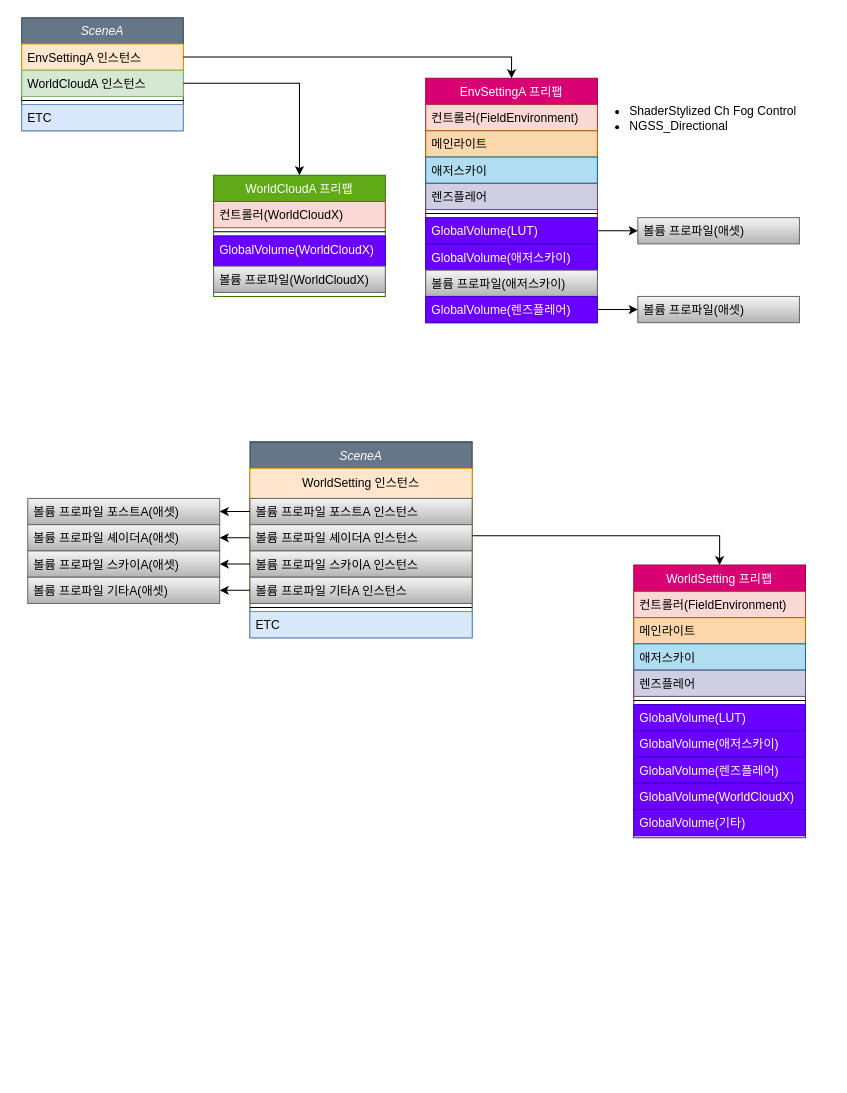
The draw.io diagram Test.drawio in See1Studios/blog, before the edit. Source tidied: cells renumbered, new cells numbered last; positions are measured from the earlier drawing's top-left corner, leaving out a move shared by most shapes. Both pictures are drawn from the tidied source at 101%, with x=0, y=0 at pixel (21, 17).
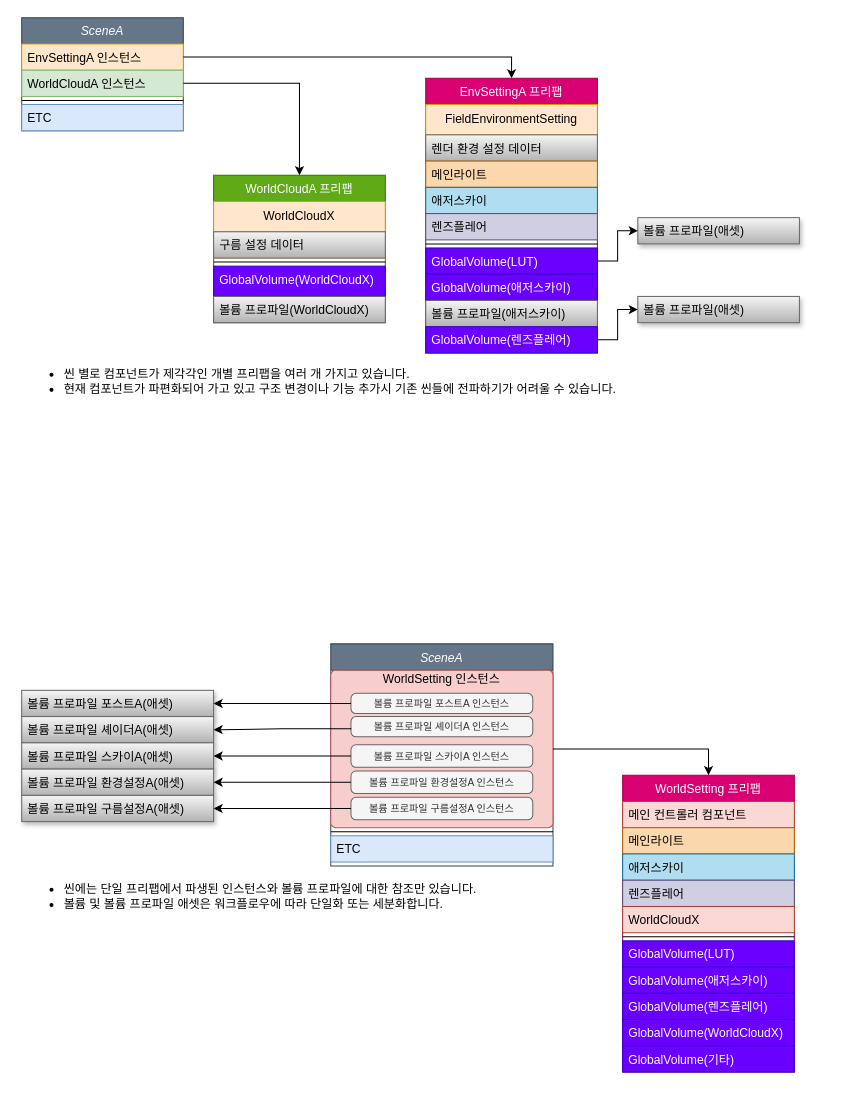
The same diagram, later.

Change to the diagram source:
```diff
@@
     <mxCell id="7" value="WorldCloudA 프리팹" style="swimlane;fontStyle=0;align=center;verticalAlign=top;horizontal=1;startSize=26;rounded=0;shadow=0;strokeWidth=1;swimlaneFillColor=default;fillColor=#60a917;fontColor=#ffffff;strokeColor=#2D7600;" parent="1" vertex="1">
-      <mxGeometry x="190" y="156" width="170" height="120" as="geometry" />
+      <mxGeometry x="190" y="156" width="170" height="146" as="geometry" />
     </mxCell>
-    <mxCell id="8" value="컨트롤러(WorldCloudX)" style="text;align=left;verticalAlign=top;spacingLeft=4;spacingRight=4;overflow=hidden;fillColor=#fad9d5;strokeColor=#ae4132;" parent="7" vertex="1">
-      <mxGeometry y="26" width="170" height="26" as="geometry" />
-    </mxCell>
+    <mxCell id="57" value="WorldCloudX" style="swimlane;fontStyle=0;horizontal=1;startSize=30;whiteSpace=wrap;html=1;fillColor=#ffe6cc;strokeColor=#d79b00;" parent="7" vertex="1">
+      <mxGeometry y="26" width="170" height="56" as="geometry" />
+    </mxCell>
+    <mxCell id="58" value="구름 설정 데이터" style="text;align=left;verticalAlign=top;spacingLeft=4;spacingRight=4;overflow=hidden;rounded=0;shadow=0;html=0;fillColor=#f5f5f5;strokeColor=#666666;gradientColor=#b3b3b3;" parent="57" vertex="1">
+      <mxGeometry y="30" width="170" height="26" as="geometry" />
+    </mxCell>
     <mxCell id="9" style="line;html=1;strokeWidth=1;align=left;verticalAlign=middle;spacingTop=-1;spacingLeft=3;spacingRight=3;labelPosition=right;" parent="7" vertex="1">
-      <mxGeometry y="52" width="170" height="8" as="geometry" />
+      <mxGeometry y="82" width="170" height="8" as="geometry" />
     </mxCell>
     <mxCell id="10" value="GlobalVolume(WorldCloudX)" style="text;align=left;verticalAlign=top;spacingLeft=4;spacingRight=4;overflow=hidden;rounded=0;shadow=0;html=0;fillColor=#6a00ff;fontColor=#ffffff;strokeColor=#3700CC;" parent="7" vertex="1">
-      <mxGeometry y="60" width="170" height="30" as="geometry" />
+      <mxGeometry y="90" width="170" height="30" as="geometry" />
     </mxCell>
     <mxCell id="11" value="볼륨 프로파일(WorldCloudX)" style="text;align=left;verticalAlign=top;spacingLeft=4;spacingRight=4;overflow=hidden;rounded=0;shadow=0;html=0;fillColor=#f5f5f5;strokeColor=#666666;gradientColor=#b3b3b3;" parent="7" vertex="1">
-      <mxGeometry y="90" width="170" height="26" as="geometry" />
+      <mxGeometry y="120" width="170" height="26" as="geometry" />
     </mxCell>
     <mxCell id="12" value="EnvSettingA 프리팹" style="swimlane;fontStyle=0;align=center;verticalAlign=top;horizontal=1;startSize=26;rounded=0;shadow=0;strokeWidth=1;fillColor=#d80073;fontColor=#ffffff;strokeColor=#A50040;" parent="1" vertex="1">
-      <mxGeometry x="400" y="60" width="170" height="242" as="geometry" />
+      <mxGeometry x="400" y="60" width="170" height="272" as="geometry" />
     </mxCell>
-    <mxCell id="13" value="컨트롤러(FieldEnvironment)" style="text;align=left;verticalAlign=top;spacingLeft=4;spacingRight=4;overflow=hidden;fillColor=#fad9d5;strokeColor=#ae4132;" parent="12" vertex="1">
-      <mxGeometry y="26" width="170" height="26" as="geometry" />
-    </mxCell>
+    <mxCell id="59" value="FieldEnvironmentSetting" style="swimlane;fontStyle=0;horizontal=1;startSize=30;whiteSpace=wrap;html=1;fillColor=#ffe6cc;strokeColor=#d79b00;" parent="12" vertex="1">
+      <mxGeometry y="26" width="170" height="56" as="geometry" />
+    </mxCell>
+    <mxCell id="60" value="렌더 환경 설정 데이터" style="text;align=left;verticalAlign=top;spacingLeft=4;spacingRight=4;overflow=hidden;rounded=0;shadow=0;html=0;fillColor=#f5f5f5;strokeColor=#666666;gradientColor=#b3b3b3;" parent="59" vertex="1">
+      <mxGeometry y="30" width="170" height="26" as="geometry" />
+    </mxCell>
     <mxCell id="14" value="메인라이트" style="text;align=left;verticalAlign=top;spacingLeft=4;spacingRight=4;overflow=hidden;rounded=0;shadow=0;html=0;fillColor=#fad7ac;strokeColor=#b46504;" parent="12" vertex="1">
-      <mxGeometry y="52" width="170" height="26" as="geometry" />
+      <mxGeometry y="82" width="170" height="26" as="geometry" />
     </mxCell>
     <mxCell id="15" value="애저스카이" style="text;align=left;verticalAlign=top;spacingLeft=4;spacingRight=4;overflow=hidden;rounded=0;shadow=0;html=0;fillColor=#b1ddf0;strokeColor=#10739e;" parent="12" vertex="1">
-      <mxGeometry y="78" width="170" height="26" as="geometry" />
+      <mxGeometry y="108" width="170" height="26" as="geometry" />
     </mxCell>
     <mxCell id="16" value="렌즈플레어" style="text;align=left;verticalAlign=top;spacingLeft=4;spacingRight=4;overflow=hidden;rounded=0;shadow=0;html=0;fillColor=#d0cee2;strokeColor=#56517e;" parent="12" vertex="1">
-      <mxGeometry y="104" width="170" height="26" as="geometry" />
+      <mxGeometry y="134" width="170" height="26" as="geometry" />
     </mxCell>
     <mxCell id="17" style="line;html=1;strokeWidth=1;align=left;verticalAlign=middle;spacingTop=-1;spacingLeft=3;spacingRight=3;labelPosition=right;" parent="12" vertex="1">
-      <mxGeometry y="130" width="170" height="8" as="geometry" />
+      <mxGeometry y="160" width="170" height="8" as="geometry" />
     </mxCell>
     <mxCell id="18" value="GlobalVolume(LUT)" style="text;align=left;verticalAlign=top;spacingLeft=4;spacingRight=4;overflow=hidden;points=[[0,0.5],[1,0.5]];portConstraint=eastwest;rounded=0;shadow=0;html=0;fillColor=#6a00ff;fontColor=#ffffff;strokeColor=#3700CC;" parent="12" vertex="1">
-      <mxGeometry y="138" width="170" height="26" as="geometry" />
+      <mxGeometry y="168" width="170" height="26" as="geometry" />
     </mxCell>
     <mxCell id="19" value="GlobalVolume(애저스카이)" style="text;align=left;verticalAlign=top;spacingLeft=4;spacingRight=4;overflow=hidden;rounded=0;shadow=0;html=0;fillColor=#6a00ff;fontColor=#ffffff;strokeColor=#3700CC;" parent="12" vertex="1">
-      <mxGeometry y="164" width="170" height="26" as="geometry" />
+      <mxGeometry y="194" width="170" height="26" as="geometry" />
     </mxCell>
     <mxCell id="20" value="볼륨 프로파일(애저스카이)" style="text;align=left;verticalAlign=top;spacingLeft=4;spacingRight=4;overflow=hidden;rounded=0;shadow=0;html=0;fillColor=#f5f5f5;strokeColor=#666666;gradientColor=#b3b3b3;" parent="12" vertex="1">
-      <mxGeometry y="190" width="170" height="26" as="geometry" />
+      <mxGeometry y="220" width="170" height="26" as="geometry" />
     </mxCell>
     <mxCell id="21" value="GlobalVolume(렌즈플레어)" style="text;align=left;verticalAlign=top;spacingLeft=4;spacingRight=4;overflow=hidden;points=[[0,0.5],[1,0.5]];portConstraint=eastwest;rounded=0;shadow=0;html=0;fillColor=#6a00ff;fontColor=#ffffff;strokeColor=#3700CC;" parent="12" vertex="1">
-      <mxGeometry y="216" width="170" height="26" as="geometry" />
+      <mxGeometry y="246" width="170" height="26" as="geometry" />
     </mxCell>
@@
-    <mxCell id="24" value="&lt;ul&gt;&lt;li&gt;ShaderStylized Ch Fog Control&lt;/li&gt;&lt;li&gt;NGSS_Directional&lt;/li&gt;&lt;/ul&gt;" style="text;strokeColor=none;fillColor=none;html=1;whiteSpace=wrap;verticalAlign=middle;overflow=hidden;" parent="1" vertex="1">
-      <mxGeometry x="560" y="60" width="240" height="80" as="geometry" />
-    </mxCell>
-    <mxCell id="25" value="볼륨 프로파일(애셋)" style="text;align=left;verticalAlign=top;spacingLeft=4;spacingRight=4;overflow=hidden;points=[[0,0.5],[1,0.5]];portConstraint=eastwest;rounded=0;shadow=0;html=0;fillColor=#f5f5f5;strokeColor=#666666;gradientColor=#b3b3b3;" parent="1" vertex="1">
+    <mxCell id="25" value="볼륨 프로파일(애셋)" style="text;align=left;verticalAlign=top;spacingLeft=4;spacingRight=4;overflow=hidden;points=[[0,0.5],[1,0.5]];portConstraint=eastwest;rounded=0;shadow=1;html=0;fillColor=#f5f5f5;strokeColor=#666666;gradientColor=#b3b3b3;glass=0;" parent="1" vertex="1">
       <mxGeometry x="610" y="198" width="160" height="26" as="geometry" />
     </mxCell>
@@
-    <mxCell id="27" value="볼륨 프로파일(애셋)" style="text;align=left;verticalAlign=top;spacingLeft=4;spacingRight=4;overflow=hidden;points=[[0,0.5],[1,0.5]];portConstraint=eastwest;rounded=0;shadow=0;html=0;fillColor=#f5f5f5;strokeColor=#666666;gradientColor=#b3b3b3;" parent="1" vertex="1">
+    <mxCell id="27" value="볼륨 프로파일(애셋)" style="text;align=left;verticalAlign=top;spacingLeft=4;spacingRight=4;overflow=hidden;points=[[0,0.5],[1,0.5]];portConstraint=eastwest;rounded=0;shadow=1;html=0;fillColor=#f5f5f5;strokeColor=#666666;gradientColor=#b3b3b3;" parent="1" vertex="1">
       <mxGeometry x="610" y="276" width="160" height="26" as="geometry" />
     </mxCell>
@@
     <mxCell id="29" value="SceneA" style="swimlane;fontStyle=2;align=center;verticalAlign=top;horizontal=1;startSize=26;rounded=0;shadow=0;strokeWidth=1;fillColor=#647687;fontColor=#ffffff;strokeColor=#314354;" parent="1" vertex="1">
-      <mxGeometry x="226" y="420" width="220" height="194" as="geometry" />
+      <mxGeometry x="306" y="620" width="220" height="220" as="geometry" />
     </mxCell>
+    <mxCell id="61" style="rounded=1;absoluteArcSize=1;html=1;arcSize=10;fillColor=#f8cecc;strokeColor=#b85450;" parent="29" vertex="1">
+      <mxGeometry y="26" width="220" height="156" as="geometry" />
+    </mxCell>
-    <mxCell id="30" value="WorldSetting 인스턴스" style="swimlane;fontStyle=0;horizontal=1;startSize=30;whiteSpace=wrap;html=1;fillColor=#ffe6cc;strokeColor=#d79b00;" parent="29" vertex="1">
-      <mxGeometry y="26" width="220" height="134" as="geometry" />
+    <mxCell id="30" value="WorldSetting 인스턴스" style="html=1;shape=mxgraph.er.anchor;whiteSpace=wrap;" parent="61" vertex="1">
+      <mxGeometry x="30" width="160" height="17" as="geometry" />
     </mxCell>
-    <mxCell id="31" value="볼륨 프로파일 포스트A 인스턴스" style="text;align=left;verticalAlign=top;spacingLeft=4;spacingRight=4;overflow=hidden;points=[[0,0.5],[1,0.5]];portConstraint=eastwest;rounded=0;shadow=0;html=0;fillColor=#f5f5f5;strokeColor=#666666;gradientColor=#b3b3b3;" parent="30" vertex="1">
-      <mxGeometry y="30" width="220" height="26" as="geometry" />
+    <mxCell id="31" value="&lt;font style=&quot;font-size: 10px;&quot;&gt;볼륨 프로파일 포스트A 인스턴스&lt;/font&gt;" style="rounded=1;absoluteArcSize=1;html=1;arcSize=10;whiteSpace=wrap;points=[];strokeColor=#666666;fillColor=#f5f5f5;fontColor=#333333;" parent="61" vertex="1">
+      <mxGeometry x="20" y="23" width="180" height="20" as="geometry" />
     </mxCell>
-    <mxCell id="32" value="볼륨 프로파일 셰이더A 인스턴스" style="text;align=left;verticalAlign=top;spacingLeft=4;spacingRight=4;overflow=hidden;points=[[0,0.5],[1,0.5]];portConstraint=eastwest;rounded=0;shadow=0;html=0;fillColor=#f5f5f5;strokeColor=#666666;gradientColor=#b3b3b3;" parent="30" vertex="1">
-      <mxGeometry y="56" width="220" height="26" as="geometry" />
+    <mxCell id="32" value="&lt;font style=&quot;font-size: 10px;&quot;&gt;볼륨 프로파일 셰이더A 인스턴스&lt;/font&gt;" style="rounded=1;absoluteArcSize=1;html=1;arcSize=10;whiteSpace=wrap;points=[];strokeColor=#666666;fillColor=#f5f5f5;fontColor=#333333;" parent="61" vertex="1">
+      <mxGeometry x="20" y="46" width="180" height="20" as="geometry" />
     </mxCell>
-    <mxCell id="33" value="볼륨 프로파일 스카이A 인스턴스" style="text;align=left;verticalAlign=top;spacingLeft=4;spacingRight=4;overflow=hidden;points=[[0,0.5],[1,0.5]];portConstraint=eastwest;rounded=0;shadow=0;html=0;fillColor=#f5f5f5;strokeColor=#666666;gradientColor=#b3b3b3;" parent="30" vertex="1">
-      <mxGeometry y="82" width="220" height="26" as="geometry" />
+    <mxCell id="33" value="&lt;font style=&quot;font-size: 10px;&quot;&gt;볼륨 프로파일 스카이A 인스턴스&lt;/font&gt;" style="rounded=1;absoluteArcSize=1;html=1;arcSize=10;whiteSpace=wrap;points=[];strokeColor=#666666;fillColor=#f5f5f5;fontColor=#333333;" parent="61" vertex="1">
+      <mxGeometry x="20" y="73.9" width="180" height="22.3" as="geometry" />
     </mxCell>
-    <mxCell id="34" value="볼륨 프로파일 기타A 인스턴스" style="text;align=left;verticalAlign=top;spacingLeft=4;spacingRight=4;overflow=hidden;points=[[0,0.5],[1,0.5]];portConstraint=eastwest;rounded=0;shadow=0;html=0;fillColor=#f5f5f5;strokeColor=#666666;gradientColor=#b3b3b3;" parent="30" vertex="1">
-      <mxGeometry y="108" width="220" height="26" as="geometry" />
-    </mxCell>
+    <mxCell id="62" value="&lt;font style=&quot;font-size: 10px;&quot;&gt;볼륨 프로파일 환경설정A 인스턴스&lt;/font&gt;" style="rounded=1;absoluteArcSize=1;html=1;arcSize=10;whiteSpace=wrap;points=[];strokeColor=#666666;fillColor=#f5f5f5;fontColor=#333333;" parent="61" vertex="1">
+      <mxGeometry x="20" y="99.9" width="180" height="22.3" as="geometry" />
+    </mxCell>
+    <mxCell id="63" value="&lt;font style=&quot;font-size: 10px;&quot;&gt;볼륨 프로파일 구름설정A 인스턴스&lt;/font&gt;" style="rounded=1;absoluteArcSize=1;html=1;arcSize=10;whiteSpace=wrap;points=[];strokeColor=#666666;fillColor=#f5f5f5;fontColor=#333333;" parent="61" vertex="1">
+      <mxGeometry x="20" y="125.9" width="180" height="22.3" as="geometry" />
+    </mxCell>
     <mxCell id="35" style="line;html=1;strokeWidth=1;align=left;verticalAlign=middle;spacingTop=-1;spacingLeft=3;spacingRight=3;labelPosition=right;" parent="29" vertex="1">
-      <mxGeometry y="160" width="220" height="8" as="geometry" />
+      <mxGeometry y="182" width="220" height="8" as="geometry" />
     </mxCell>
     <mxCell id="36" value="ETC" style="text;align=left;verticalAlign=top;spacingLeft=4;spacingRight=4;overflow=hidden;rounded=0;shadow=0;html=0;fillColor=#dae8fc;strokeColor=#6c8ebf;" parent="29" vertex="1">
-      <mxGeometry y="168" width="220" height="26" as="geometry" />
+      <mxGeometry y="190" width="220" height="26" as="geometry" />
     </mxCell>
     <mxCell id="37" value="WorldSetting 프리팹" style="swimlane;fontStyle=0;align=center;verticalAlign=top;horizontal=1;startSize=26;rounded=0;shadow=0;strokeWidth=1;fillColor=#d80073;fontColor=#ffffff;strokeColor=#A50040;" parent="1" vertex="1">
-      <mxGeometry x="606" y="542" width="170" height="270" as="geometry" />
+      <mxGeometry x="595" y="750" width="170" height="294" as="geometry" />
     </mxCell>
-    <mxCell id="38" value="컨트롤러(FieldEnvironment)" style="text;align=left;verticalAlign=top;spacingLeft=4;spacingRight=4;overflow=hidden;fillColor=#fad9d5;strokeColor=#ae4132;" parent="37" vertex="1">
+    <mxCell id="38" value="메인 컨트롤러 컴포넌트" style="text;align=left;verticalAlign=top;spacingLeft=4;spacingRight=4;overflow=hidden;fillColor=#fad9d5;strokeColor=#ae4132;" parent="37" vertex="1">
       <mxGeometry y="26" width="170" height="26" as="geometry" />
     </mxCell>
@@
+    <mxCell id="64" value="WorldCloudX" style="text;align=left;verticalAlign=top;spacingLeft=4;spacingRight=4;overflow=hidden;fillColor=#fad9d5;strokeColor=#ae4132;" parent="37" vertex="1">
+      <mxGeometry y="130" width="170" height="26" as="geometry" />
+    </mxCell>
     <mxCell id="42" style="line;html=1;strokeWidth=1;align=left;verticalAlign=middle;spacingTop=-1;spacingLeft=3;spacingRight=3;labelPosition=right;" parent="37" vertex="1">
-      <mxGeometry y="130" width="170" height="8" as="geometry" />
+      <mxGeometry y="156" width="170" height="8" as="geometry" />
     </mxCell>
     <mxCell id="43" value="GlobalVolume(LUT)" style="text;align=left;verticalAlign=top;spacingLeft=4;spacingRight=4;overflow=hidden;rounded=0;shadow=0;html=0;fillColor=#6a00ff;fontColor=#ffffff;strokeColor=#3700CC;" parent="37" vertex="1">
-      <mxGeometry y="138" width="170" height="26" as="geometry" />
+      <mxGeometry y="164" width="170" height="26" as="geometry" />
     </mxCell>
     <mxCell id="44" value="GlobalVolume(애저스카이)" style="text;align=left;verticalAlign=top;spacingLeft=4;spacingRight=4;overflow=hidden;rounded=0;shadow=0;html=0;fillColor=#6a00ff;fontColor=#ffffff;strokeColor=#3700CC;" parent="37" vertex="1">
-      <mxGeometry y="164" width="170" height="26" as="geometry" />
+      <mxGeometry y="190" width="170" height="26" as="geometry" />
     </mxCell>
     <mxCell id="45" value="GlobalVolume(렌즈플레어)" style="text;align=left;verticalAlign=top;spacingLeft=4;spacingRight=4;overflow=hidden;rounded=0;shadow=0;html=0;fillColor=#6a00ff;fontColor=#ffffff;strokeColor=#3700CC;" parent="37" vertex="1">
-      <mxGeometry y="190" width="170" height="26" as="geometry" />
+      <mxGeometry y="216" width="170" height="26" as="geometry" />
     </mxCell>
     <mxCell id="46" value="GlobalVolume(WorldCloudX)" style="text;align=left;verticalAlign=top;spacingLeft=4;spacingRight=4;overflow=hidden;rounded=0;shadow=0;html=0;fillColor=#6a00ff;fontColor=#ffffff;strokeColor=#3700CC;" parent="37" vertex="1">
-      <mxGeometry y="216" width="170" height="26" as="geometry" />
+      <mxGeometry y="242" width="170" height="26" as="geometry" />
     </mxCell>
     <mxCell id="47" value="GlobalVolume(기타)" style="text;align=left;verticalAlign=top;spacingLeft=4;spacingRight=4;overflow=hidden;rounded=0;shadow=0;html=0;fillColor=#6a00ff;fontColor=#ffffff;strokeColor=#3700CC;" parent="37" vertex="1">
-      <mxGeometry y="242" width="170" height="26" as="geometry" />
+      <mxGeometry y="268" width="170" height="26" as="geometry" />
     </mxCell>
-    <mxCell id="48" value="볼륨 프로파일 포스트A(애셋)" style="text;align=left;verticalAlign=top;spacingLeft=4;spacingRight=4;overflow=hidden;points=[[0,0.5],[1,0.5]];portConstraint=eastwest;rounded=0;shadow=0;html=0;fillColor=#f5f5f5;strokeColor=#666666;gradientColor=#b3b3b3;" parent="1" vertex="1">
-      <mxGeometry x="6" y="476" width="190" height="26" as="geometry" />
+    <mxCell id="48" value="볼륨 프로파일 포스트A(애셋)" style="text;align=left;verticalAlign=top;spacingLeft=4;spacingRight=4;overflow=hidden;points=[[0,0.5],[1,0.5]];portConstraint=eastwest;rounded=0;shadow=1;html=0;fillColor=#f5f5f5;strokeColor=#666666;gradientColor=#b3b3b3;" parent="1" vertex="1">
+      <mxGeometry y="666" width="190" height="26" as="geometry" />
     </mxCell>
-    <mxCell id="49" value="볼륨 프로파일 셰이더A(애셋)" style="text;align=left;verticalAlign=top;spacingLeft=4;spacingRight=4;overflow=hidden;points=[[0,0.5],[1,0.5]];portConstraint=eastwest;rounded=0;shadow=0;html=0;fillColor=#f5f5f5;strokeColor=#666666;gradientColor=#b3b3b3;" parent="1" vertex="1">
-      <mxGeometry x="6" y="502" width="190" height="26" as="geometry" />
+    <mxCell id="49" value="볼륨 프로파일 셰이더A(애셋)" style="text;align=left;verticalAlign=top;spacingLeft=4;spacingRight=4;overflow=hidden;points=[[0,0.5],[1,0.5]];portConstraint=eastwest;rounded=0;shadow=1;html=0;fillColor=#f5f5f5;strokeColor=#666666;gradientColor=#b3b3b3;" parent="1" vertex="1">
+      <mxGeometry y="692" width="190" height="26" as="geometry" />
     </mxCell>
-    <mxCell id="50" style="edgeStyle=orthogonalEdgeStyle;rounded=0;jettySize=auto;html=1;entryX=0.5;entryY=0;entryDx=0;entryDy=0;" parent="1" edge="1" source="30" target="37">
-      <mxGeometry relative="1" as="geometry" />
-    </mxCell>
@@
-    <mxCell id="52" style="edgeStyle=orthogonalEdgeStyle;rounded=0;jettySize=auto;html=1;" parent="1" edge="1" source="32" target="49">
+    <mxCell id="52" style="edgeStyle=orthogonalEdgeStyle;rounded=0;jettySize=auto;html=1;exitX=0.002;exitY=0.606;exitDx=0;exitDy=0;exitPerimeter=0;" parent="1" edge="1" source="32" target="49">
       <mxGeometry relative="1" as="geometry" />
     </mxCell>
-    <mxCell id="53" value="볼륨 프로파일 스카이A(애셋)" style="text;align=left;verticalAlign=top;spacingLeft=4;spacingRight=4;overflow=hidden;points=[[0,0.5],[1,0.5]];portConstraint=eastwest;rounded=0;shadow=0;html=0;fillColor=#f5f5f5;strokeColor=#666666;gradientColor=#b3b3b3;" parent="1" vertex="1">
-      <mxGeometry x="6" y="528" width="190" height="26" as="geometry" />
+    <mxCell id="53" value="볼륨 프로파일 스카이A(애셋)" style="text;align=left;verticalAlign=top;spacingLeft=4;spacingRight=4;overflow=hidden;points=[[0,0.5],[1,0.5]];portConstraint=eastwest;rounded=0;shadow=1;html=0;fillColor=#f5f5f5;strokeColor=#666666;gradientColor=#b3b3b3;" parent="1" vertex="1">
+      <mxGeometry y="718" width="190" height="26" as="geometry" />
     </mxCell>
@@
-    <mxCell id="55" value="볼륨 프로파일 기타A(애셋)" style="text;align=left;verticalAlign=top;spacingLeft=4;spacingRight=4;overflow=hidden;points=[[0,0.5],[1,0.5]];portConstraint=eastwest;rounded=0;shadow=0;html=0;fillColor=#f5f5f5;strokeColor=#666666;gradientColor=#b3b3b3;" parent="1" vertex="1">
-      <mxGeometry x="6" y="554" width="190" height="26" as="geometry" />
+    <mxCell id="55" value="볼륨 프로파일 환경설정A(애셋)" style="text;align=left;verticalAlign=top;spacingLeft=4;spacingRight=4;overflow=hidden;points=[[0,0.5],[1,0.5]];portConstraint=eastwest;rounded=0;shadow=1;html=0;fillColor=#f5f5f5;strokeColor=#666666;gradientColor=#b3b3b3;" parent="1" vertex="1">
+      <mxGeometry y="744" width="190" height="26" as="geometry" />
     </mxCell>
-    <mxCell id="56" style="edgeStyle=orthogonalEdgeStyle;rounded=0;jettySize=auto;html=1;entryX=1;entryY=0.5;entryDx=0;entryDy=0;" parent="1" edge="1" source="34" target="55">
+    <mxCell id="56" style="edgeStyle=orthogonalEdgeStyle;rounded=0;jettySize=auto;html=1;entryX=1;entryY=0.5;entryDx=0;entryDy=0;" parent="1" edge="1" source="62" target="55">
       <mxGeometry relative="1" as="geometry" />
     </mxCell>
+    <mxCell id="65" value="&lt;ul&gt;&lt;li&gt;씬에는 단일 프리팹에서 파생된 인스턴스와 볼륨 프로파일에 대한 참조만 있습니다.&amp;nbsp;&lt;/li&gt;&lt;li&gt;볼륨 및 볼륨 프로파일 애셋은 워크플로우에 따라 단일화 또는 세분화합니다.&lt;/li&gt;&lt;/ul&gt;" style="text;strokeColor=none;fillColor=none;html=1;whiteSpace=wrap;verticalAlign=middle;overflow=hidden;" parent="1" vertex="1">
+      <mxGeometry y="840" width="546" height="60" as="geometry" />
+    </mxCell>
+    <mxCell id="66" value="&lt;ul&gt;&lt;li&gt;씬 별로 컴포넌트가 제각각인 개별 프리팹을 여러 개 가지고 있습니다.&lt;/li&gt;&lt;li&gt;현재 컴포넌트가 파편화되어 가고 있고 구조 변경이나 기능 추가시 기존 씬들에 전파하기가 어려울 수 있습니다.&lt;/li&gt;&lt;/ul&gt;" style="text;strokeColor=none;fillColor=none;html=1;whiteSpace=wrap;verticalAlign=middle;overflow=hidden;" parent="1" vertex="1">
+      <mxGeometry y="320" width="770" height="80" as="geometry" />
+    </mxCell>
+    <mxCell id="67" value="볼륨 프로파일 구름설정A(애셋)" style="text;align=left;verticalAlign=top;spacingLeft=4;spacingRight=4;overflow=hidden;points=[[0,0.5],[1,0.5]];portConstraint=eastwest;rounded=0;shadow=1;html=0;fillColor=#f5f5f5;strokeColor=#666666;gradientColor=#b3b3b3;" parent="1" vertex="1">
+      <mxGeometry y="770" width="190" height="26" as="geometry" />
+    </mxCell>
+    <mxCell id="68" style="edgeStyle=orthogonalEdgeStyle;rounded=0;jettySize=auto;html=1;entryX=1;entryY=0.5;entryDx=0;entryDy=0;" parent="1" edge="1" source="63" target="67">
+      <mxGeometry relative="1" as="geometry" />
+    </mxCell>
+    <mxCell id="69" style="edgeStyle=orthogonalEdgeStyle;rounded=0;jettySize=auto;html=1;entryX=0.5;entryY=0;entryDx=0;entryDy=0;fontSize=10;" parent="1" edge="1" source="61" target="37">
+      <mxGeometry relative="1" as="geometry" />
+    </mxCell>
```
